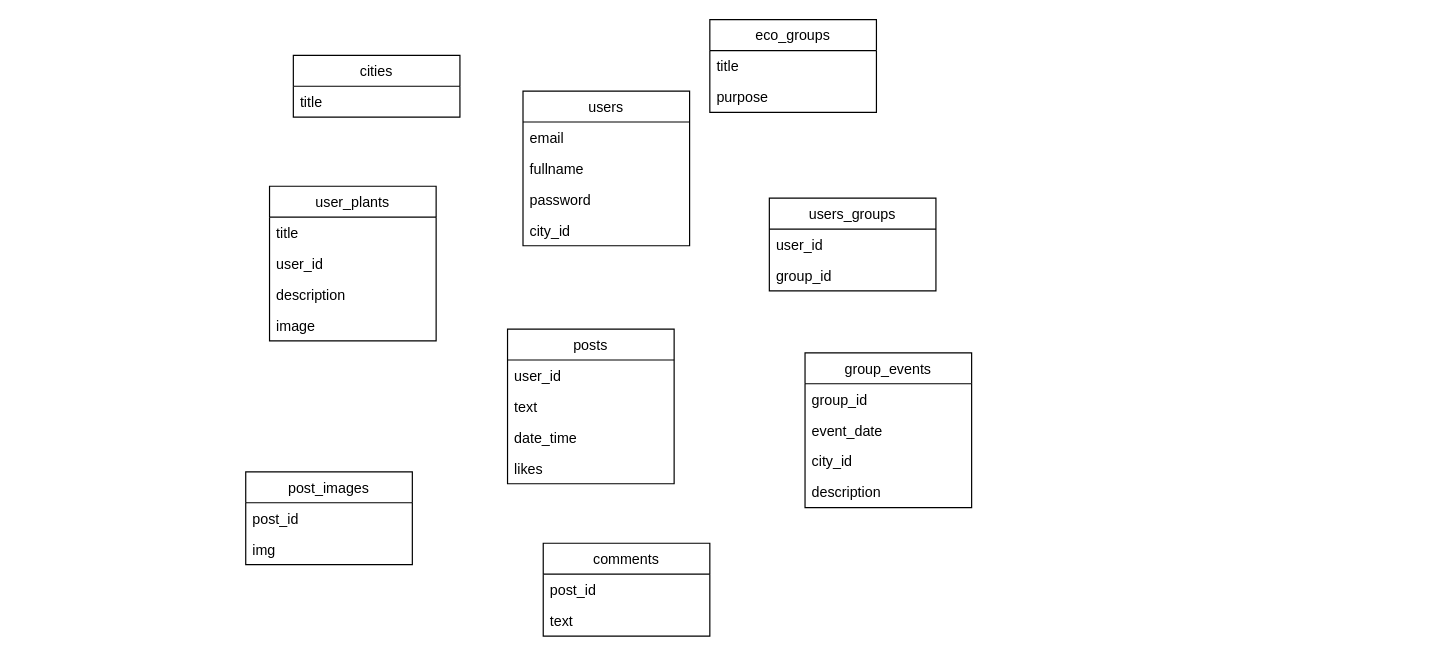
The draw.io diagram db.drawio in GoncharovNikit/deep-orange, before the edit. Source tidied: cells renumbered, new cells numbered last; positions are measured from the earlier drawing's top-left corner, leaving out a move shared by most shapes. Both pictures are drawn from the tidied source at 119%, with x=0, y=0 at pixel (245, 19).
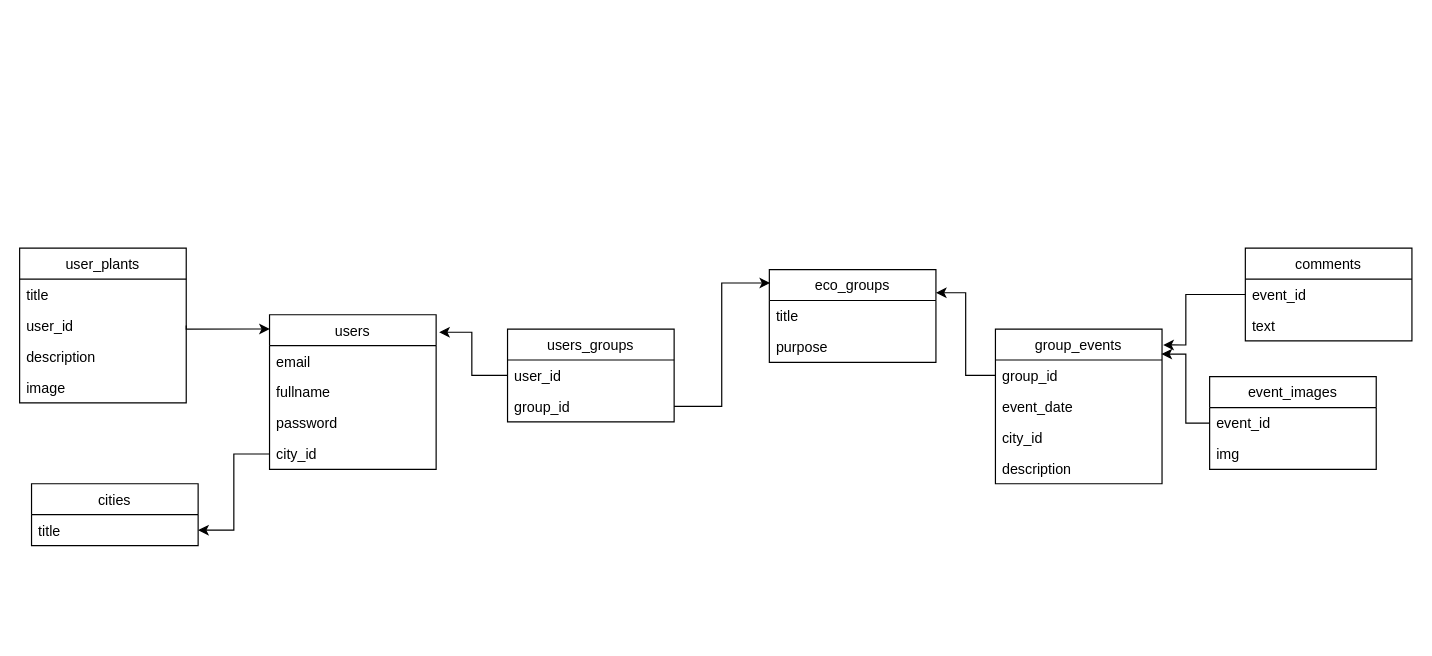
After the change.

Unchanged cells that the change refers to:
```xml
<mxCell id="6" value="city_id" style="text;strokeColor=none;fillColor=none;align=left;verticalAlign=top;spacingLeft=4;spacingRight=4;overflow=hidden;points=[[0,0.5],[1,0.5]];portConstraint=eastwest;" parent="2" vertex="1">
  <mxGeometry y="104" width="140" height="26" as="geometry" />
</mxCell>
<mxCell id="8" value="title" style="text;strokeColor=none;fillColor=none;align=left;verticalAlign=top;spacingLeft=4;spacingRight=4;overflow=hidden;points=[[0,0.5],[1,0.5]];portConstraint=eastwest;" parent="7" vertex="1">
  <mxGeometry y="26" width="140" height="26" as="geometry" />
</mxCell>
<mxCell id="11" value="user_id" style="text;strokeColor=none;fillColor=none;align=left;verticalAlign=top;spacingLeft=4;spacingRight=4;overflow=hidden;points=[[0,0.5],[1,0.5]];portConstraint=eastwest;" parent="9" vertex="1">
  <mxGeometry y="52" width="140" height="26" as="geometry" />
</mxCell>
<mxCell id="18" value="user_id" style="text;strokeColor=none;fillColor=none;align=left;verticalAlign=top;spacingLeft=4;spacingRight=4;overflow=hidden;points=[[0,0.5],[1,0.5]];portConstraint=eastwest;" parent="17" vertex="1">
  <mxGeometry y="26" width="140" height="26" as="geometry" />
</mxCell>
<mxCell id="19" value="group_id" style="text;strokeColor=none;fillColor=none;align=left;verticalAlign=top;spacingLeft=4;spacingRight=4;overflow=hidden;points=[[0,0.5],[1,0.5]];portConstraint=eastwest;" parent="17" vertex="1">
  <mxGeometry y="52" width="140" height="26" as="geometry" />
</mxCell>
<mxCell id="26" value="group_id" style="text;strokeColor=none;fillColor=none;align=left;verticalAlign=top;spacingLeft=4;spacingRight=4;overflow=hidden;points=[[0,0.5],[1,0.5]];portConstraint=eastwest;" parent="25" vertex="1">
  <mxGeometry y="26" width="140" height="26" as="geometry" />
</mxCell>
```

Change to the diagram source:
```diff
@@
     <mxCell id="2" value="users" style="swimlane;fontStyle=0;horizontal=1;startSize=26;fillColor=none;" parent="1" vertex="1">
-      <mxGeometry x="233" y="60" width="140" height="130" as="geometry" />
+      <mxGeometry x="20" y="248" width="140" height="130" as="geometry" />
     </mxCell>
@@
     <mxCell id="7" value="cities" style="swimlane;fontStyle=0;horizontal=1;startSize=26;fillColor=none;" parent="1" vertex="1">
-      <mxGeometry x="40" y="30" width="140" height="52" as="geometry" />
+      <mxGeometry x="-180" y="390" width="140" height="52" as="geometry" />
     </mxCell>
@@
     <mxCell id="9" value="user_plants" style="swimlane;fontStyle=0;horizontal=1;startSize=26;fillColor=none;" parent="1" vertex="1">
-      <mxGeometry x="20" y="140" width="140" height="130" as="geometry" />
+      <mxGeometry x="-190" y="192" width="140" height="130" as="geometry" />
     </mxCell>
@@
     <mxCell id="14" value="eco_groups" style="swimlane;fontStyle=0;horizontal=1;startSize=26;fillColor=none;" parent="1" vertex="1">
-      <mxGeometry x="390" width="140" height="78" as="geometry" />
+      <mxGeometry x="440" y="210" width="140" height="78" as="geometry" />
     </mxCell>
@@
     <mxCell id="17" value="users_groups" style="swimlane;fontStyle=0;horizontal=1;startSize=26;fillColor=none;" parent="1" vertex="1">
-      <mxGeometry x="440" y="150" width="140" height="78" as="geometry" />
+      <mxGeometry x="220" y="260" width="140" height="78" as="geometry" />
     </mxCell>
@@
-    <mxCell id="20" value="posts" style="swimlane;fontStyle=0;horizontal=1;startSize=26;fillColor=none;" parent="1" vertex="1">
-      <mxGeometry x="220" y="260" width="140" height="130" as="geometry" />
-    </mxCell>
-    <mxCell id="21" value="user_id" style="text;strokeColor=none;fillColor=none;align=left;verticalAlign=top;spacingLeft=4;spacingRight=4;overflow=hidden;" parent="20" vertex="1">
-      <mxGeometry y="26" width="140" height="26" as="geometry" />
-    </mxCell>
-    <mxCell id="22" value="text" style="text;strokeColor=none;fillColor=none;align=left;verticalAlign=top;spacingLeft=4;spacingRight=4;overflow=hidden;" parent="20" vertex="1">
-      <mxGeometry y="52" width="140" height="26" as="geometry" />
-    </mxCell>
-    <mxCell id="23" value="date_time" style="text;strokeColor=none;fillColor=none;align=left;verticalAlign=top;spacingLeft=4;spacingRight=4;overflow=hidden;" parent="20" vertex="1">
-      <mxGeometry y="78" width="140" height="26" as="geometry" />
-    </mxCell>
-    <mxCell id="24" value="likes" style="text;strokeColor=none;fillColor=none;align=left;verticalAlign=top;spacingLeft=4;spacingRight=4;overflow=hidden;" parent="20" vertex="1">
-      <mxGeometry y="104" width="140" height="26" as="geometry" />
-    </mxCell>
     <mxCell id="25" value="group_events" style="swimlane;fontStyle=0;horizontal=1;startSize=26;fillColor=none;" parent="1" vertex="1">
-      <mxGeometry x="470" y="280" width="140" height="130" as="geometry" />
+      <mxGeometry x="630" y="260" width="140" height="130" as="geometry" />
     </mxCell>
@@
-    <mxCell id="30" value="post_images" style="swimlane;fontStyle=0;horizontal=1;startSize=26;fillColor=none;" parent="1" vertex="1">
-      <mxGeometry y="380" width="140" height="78" as="geometry" />
-    </mxCell>
-    <mxCell id="31" value="post_id" style="text;strokeColor=none;fillColor=none;align=left;verticalAlign=top;spacingLeft=4;spacingRight=4;overflow=hidden;" parent="30" vertex="1">
-      <mxGeometry y="26" width="140" height="26" as="geometry" />
-    </mxCell>
-    <mxCell id="32" value="img" style="text;strokeColor=none;fillColor=none;align=left;verticalAlign=top;spacingLeft=4;spacingRight=4;overflow=hidden;" parent="30" vertex="1">
-      <mxGeometry y="52" width="140" height="26" as="geometry" />
-    </mxCell>
     <mxCell id="33" value="comments" style="swimlane;fontStyle=0;horizontal=1;startSize=26;fillColor=none;" parent="1" vertex="1">
-      <mxGeometry x="250" y="440" width="140" height="78" as="geometry" />
+      <mxGeometry x="840" y="192" width="140" height="78" as="geometry" />
     </mxCell>
-    <mxCell id="34" value="post_id" style="text;strokeColor=none;fillColor=none;align=left;verticalAlign=top;spacingLeft=4;spacingRight=4;overflow=hidden;points=[[0,0.5],[1,0.5]];portConstraint=eastwest;" parent="33" vertex="1">
+    <mxCell id="34" value="event_id" style="text;strokeColor=none;fillColor=none;align=left;verticalAlign=top;spacingLeft=4;spacingRight=4;overflow=hidden;points=[[0,0.5],[1,0.5]];portConstraint=eastwest;" parent="33" vertex="1">
       <mxGeometry y="26" width="140" height="26" as="geometry" />
     </mxCell>
@@
+    <mxCell id="36" style="edgeStyle=orthogonalEdgeStyle;rounded=0;jettySize=auto;html=1;exitX=0;exitY=0.5;exitDx=0;exitDy=0;entryX=0.996;entryY=0.162;entryDx=0;entryDy=0;entryPerimeter=0;" parent="1" edge="1" source="38" target="25">
+      <mxGeometry relative="1" as="geometry" />
+    </mxCell>
+    <mxCell id="37" value="event_images" style="swimlane;fontStyle=0;horizontal=1;startSize=26;fillColor=none;" parent="1" vertex="1">
+      <mxGeometry x="810" y="300" width="140" height="78" as="geometry" />
+    </mxCell>
+    <mxCell id="38" value="event_id" style="text;strokeColor=none;fillColor=none;align=left;verticalAlign=top;spacingLeft=4;spacingRight=4;overflow=hidden;points=[[0,0.5],[1,0.5]];portConstraint=eastwest;" parent="37" vertex="1">
+      <mxGeometry y="26" width="140" height="26" as="geometry" />
+    </mxCell>
+    <mxCell id="32" value="img" style="text;strokeColor=none;fillColor=none;align=left;verticalAlign=top;spacingLeft=4;spacingRight=4;overflow=hidden;" parent="37" vertex="1">
+      <mxGeometry y="52" width="140" height="26" as="geometry" />
+    </mxCell>
+    <mxCell id="39" style="edgeStyle=orthogonalEdgeStyle;rounded=0;jettySize=auto;html=1;exitX=0;exitY=0.5;exitDx=0;exitDy=0;entryX=1;entryY=0.25;entryDx=0;entryDy=0;" parent="1" edge="1" source="26" target="14">
+      <mxGeometry relative="1" as="geometry" />
+    </mxCell>
+    <mxCell id="40" style="edgeStyle=orthogonalEdgeStyle;rounded=0;jettySize=auto;html=1;exitX=1;exitY=0.5;exitDx=0;exitDy=0;entryX=0.005;entryY=0.145;entryDx=0;entryDy=0;entryPerimeter=0;" parent="1" edge="1" source="19" target="14">
+      <mxGeometry relative="1" as="geometry" />
+    </mxCell>
+    <mxCell id="41" style="edgeStyle=orthogonalEdgeStyle;rounded=0;jettySize=auto;html=1;exitX=0;exitY=0.5;exitDx=0;exitDy=0;entryX=1.007;entryY=0.103;entryDx=0;entryDy=0;entryPerimeter=0;" parent="1" edge="1" source="34" target="25">
+      <mxGeometry relative="1" as="geometry">
+        <Array as="points">
+          <mxPoint x="790" y="231" />
+          <mxPoint x="790" y="273" />
+        </Array>
+      </mxGeometry>
+    </mxCell>
+    <mxCell id="42" style="edgeStyle=orthogonalEdgeStyle;rounded=0;jettySize=auto;html=1;exitX=0;exitY=0.5;exitDx=0;exitDy=0;entryX=1.018;entryY=0.113;entryDx=0;entryDy=0;entryPerimeter=0;" parent="1" edge="1" source="18" target="2">
+      <mxGeometry relative="1" as="geometry" />
+    </mxCell>
+    <mxCell id="43" style="edgeStyle=orthogonalEdgeStyle;rounded=0;jettySize=auto;html=1;entryX=0.002;entryY=0.092;entryDx=0;entryDy=0;entryPerimeter=0;exitX=1;exitY=0.5;exitDx=0;exitDy=0;" parent="1" edge="1" source="11" target="2">
+      <mxGeometry relative="1" as="geometry">
+        <Array as="points">
+          <mxPoint x="-50" y="260" />
+        </Array>
+      </mxGeometry>
+    </mxCell>
+    <mxCell id="44" style="edgeStyle=orthogonalEdgeStyle;rounded=0;jettySize=auto;html=1;exitX=0;exitY=0.5;exitDx=0;exitDy=0;entryX=1;entryY=0.5;entryDx=0;entryDy=0;" parent="1" edge="1" source="6" target="8">
+      <mxGeometry relative="1" as="geometry" />
+    </mxCell>
```
